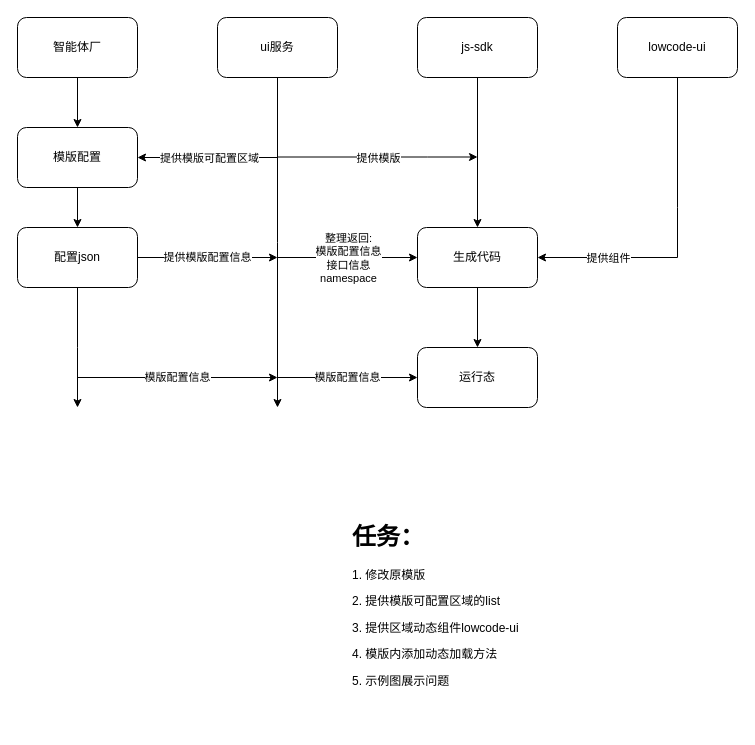
Earlier version of the draw.io diagram ui服务.drawio (Sunkisot/drawio). Source tidied: cells renumbered, new cells numbered last; positions are measured from the earlier drawing's top-left corner, leaving out a move shared by most shapes. Both pictures are drawn from the tidied source at 100%, with x=0, y=0 at pixel (17, 17).
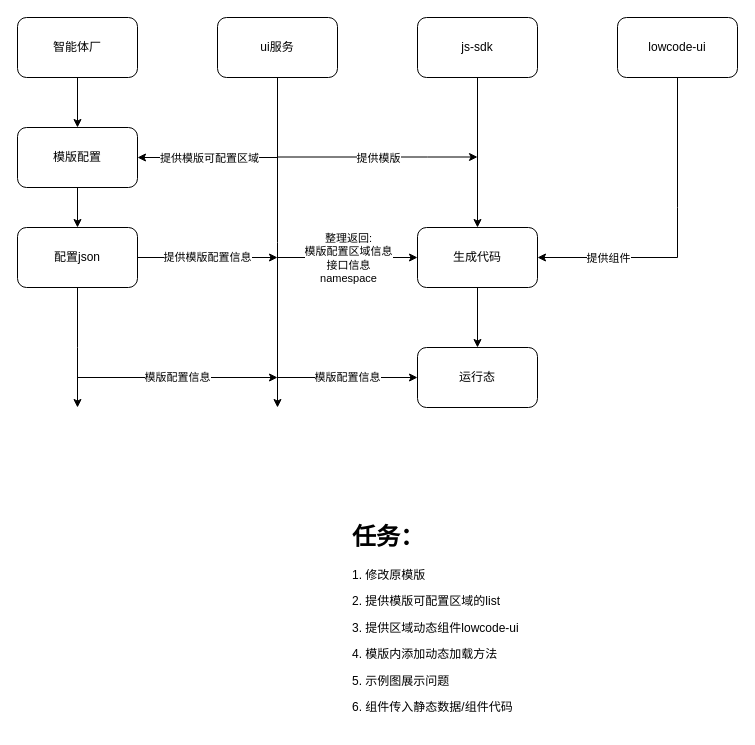
The same diagram, later.

The change refers to these unchanged cells:
```xml
<mxCell id="22" style="endArrow=classic;html=1;rounded=0;fontColor=#000000;" parent="1" edge="1">
  <mxGeometry relative="1" as="geometry">
    <mxPoint x="260" y="240" as="sourcePoint" />
    <mxPoint x="400" y="240" as="targetPoint" />
  </mxGeometry>
</mxCell>
```

Change to the diagram source:
```diff
@@
-    <mxCell id="23" value="整理返回:&lt;br&gt;模版配置信息&lt;br&gt;接口信息&lt;br&gt;namespace" style="edgeLabel;html=1;align=center;verticalAlign=middle;fontColor=#000000;" parent="22" vertex="1">
+    <mxCell id="23" value="整理返回:&lt;br&gt;模版配置区域信息&lt;br&gt;接口信息&lt;br&gt;namespace" style="edgeLabel;html=1;align=center;verticalAlign=middle;fontColor=#000000;" parent="22" vertex="1">
       <mxGeometry relative="1" as="geometry" />
     </mxCell>
@@
-    <mxCell id="27" value="&lt;h1&gt;任务：&lt;/h1&gt;&lt;div&gt;1. 修改原模版&lt;/div&gt;&lt;p&gt;2. 提供模版可配置区域的list&lt;/p&gt;&lt;p&gt;3. 提供区域动态组件lowcode-ui&lt;/p&gt;&lt;p&gt;4. 模版内添加动态加载方法&lt;span style=&quot;background-color: initial;&quot;&gt;&amp;nbsp;&lt;/span&gt;&lt;/p&gt;&lt;p&gt;5. 示例图展示问题&lt;/p&gt;" style="text;html=1;strokeColor=none;fillColor=none;spacing=5;spacingTop=-20;whiteSpace=wrap;overflow=hidden;rounded=0;fontColor=#000000;" parent="1" vertex="1">
+    <mxCell id="27" value="&lt;h1&gt;任务：&lt;/h1&gt;&lt;div&gt;1. 修改原模版&lt;/div&gt;&lt;p&gt;2. 提供模版可配置区域的list&lt;/p&gt;&lt;p&gt;3. 提供区域动态组件lowcode-ui&lt;/p&gt;&lt;p&gt;4. 模版内添加动态加载方法&lt;span style=&quot;background-color: initial;&quot;&gt;&amp;nbsp;&lt;/span&gt;&lt;/p&gt;&lt;p&gt;5. 示例图展示问题&lt;/p&gt;&lt;p&gt;6. 组件传入静态数据/组件代码&lt;/p&gt;" style="text;html=1;strokeColor=none;fillColor=none;spacing=5;spacingTop=-20;whiteSpace=wrap;overflow=hidden;rounded=0;fontColor=#000000;" parent="1" vertex="1">
       <mxGeometry x="330" y="500" width="300" height="210" as="geometry" />
     </mxCell>
```
